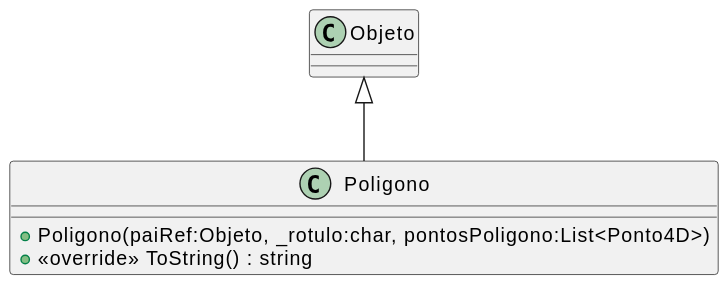
Earlier version of the PlantUML export svg/Unidade2/_._CG_N2_4/plantuml/Poligono.svg (majutestoni/disciplina_CG_2025_1).
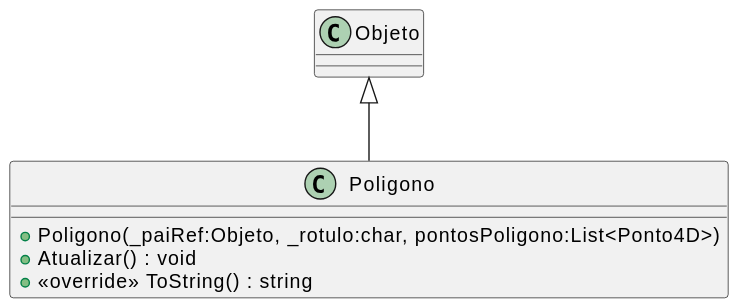
The same diagram one commit later.

Change to the diagram source:
```diff
@@ -1,6 +1,7 @@
 @startuml
 class Poligono {
-    + Poligono(paiRef:Objeto, _rotulo:char, pontosPoligono:List<Ponto4D>)
+    + Poligono(_paiRef:Objeto, _rotulo:char, pontosPoligono:List<Ponto4D>)
+    + Atualizar() : void
     + <<override>> ToString() : string
 }
 Objeto <|-- Poligono
```
